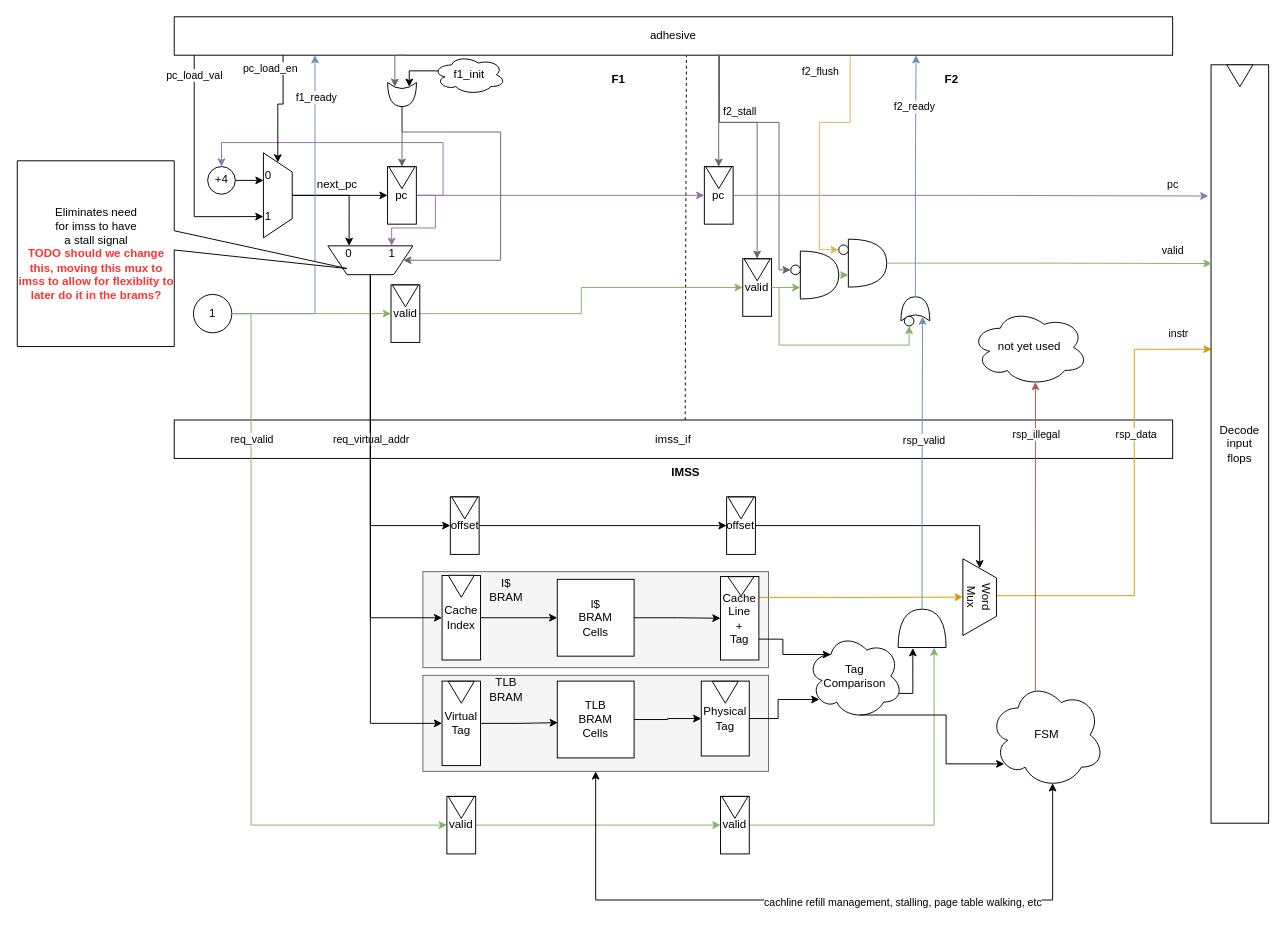
Above: page "first_design" (1 of 3) of diagrams/draw.io/instruction_fetching.drawio in angry-goose-initiative/wiki (draw.io), before the change. Source tidied: cells renumbered, new cells numbered last; positions are measured from the earlier drawing's top-left corner, leaving out a move shared by most shapes. Both pictures are drawn from the tidied source at 96%, with x=0, y=0 at pixel (16, 16).
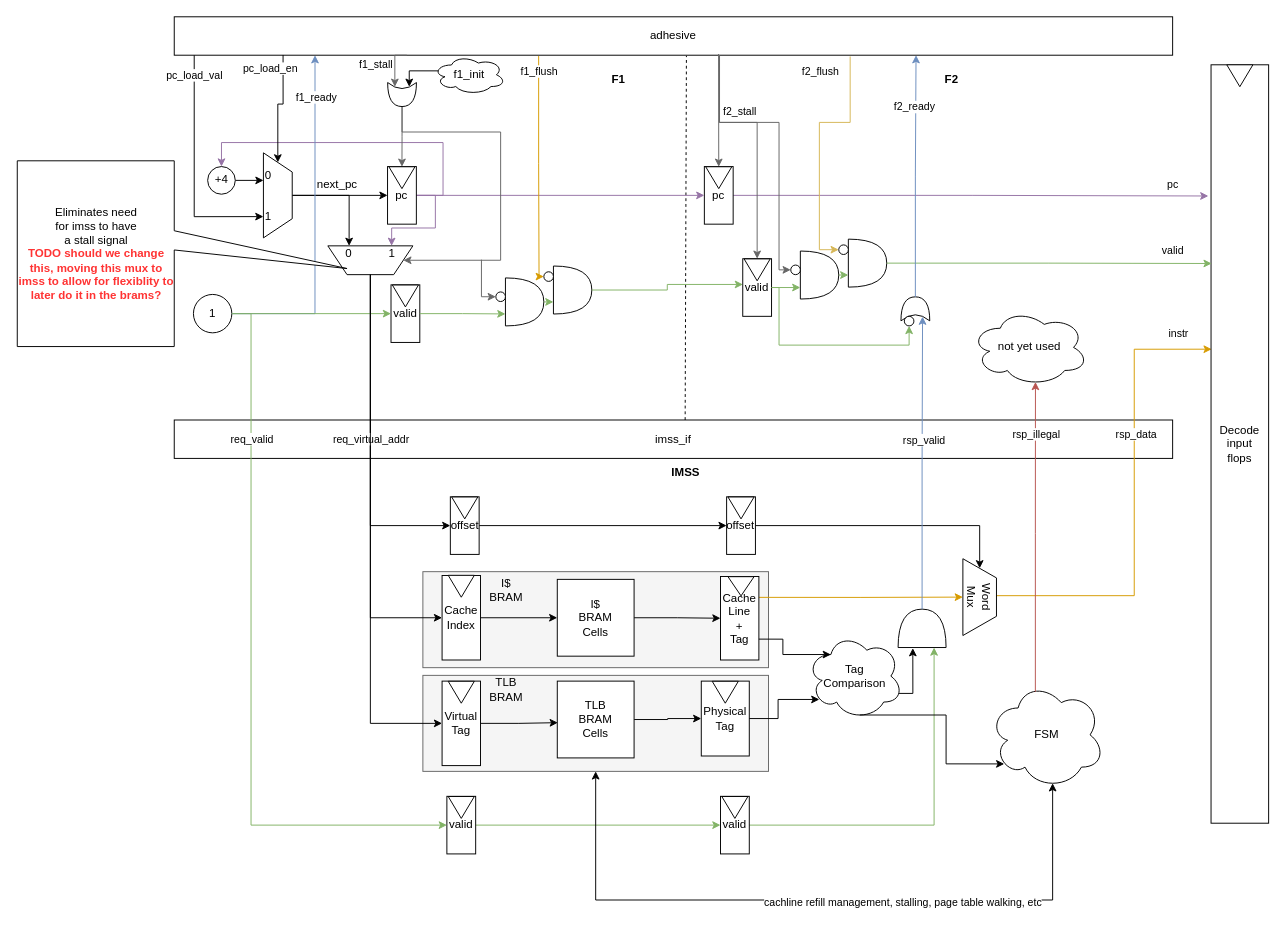
After the change.

Commit message:
More brainstorming fetch (hopefully we can reuse this for the DMSS too)

The change refers to these unchanged cells:
```xml
<mxCell id="15" value="valid" style="rounded=0;whiteSpace=wrap;html=1;" parent="1" vertex="1">
  <mxGeometry x="756.2" y="252" width="30" height="60" as="geometry" />
</mxCell>
<mxCell id="18" value="valid" style="rounded=0;whiteSpace=wrap;html=1;" parent="1" vertex="1">
  <mxGeometry x="389.8" y="279.2" width="30" height="60" as="geometry" />
</mxCell>
<mxCell id="70" value="adhesive" style="rounded=0;whiteSpace=wrap;html=1;" parent="1" vertex="1">
  <mxGeometry x="164" width="1040" height="40" as="geometry" />
</mxCell>
<mxCell id="95" style="edgeStyle=orthogonalEdgeStyle;rounded=0;jettySize=auto;html=1;exitX=0.233;exitY=1;exitDx=0;exitDy=0;exitPerimeter=0;entryX=0.175;entryY=0.75;entryDx=0;entryDy=0;entryPerimeter=0;fillColor=#f5f5f5;strokeColor=#666666;" parent="1" edge="1" source="70" target="94">
  <mxGeometry relative="1" as="geometry" />
</mxCell>
```

Change to the diagram source:
```diff
@@
-    <mxCell id="17" style="edgeStyle=orthogonalEdgeStyle;rounded=0;jettySize=auto;html=1;exitX=1;exitY=0.5;exitDx=0;exitDy=0;entryX=0;entryY=0.5;entryDx=0;entryDy=0;fillColor=#d5e8d4;strokeColor=#82b366;" parent="1" edge="1" source="18" target="15">
-      <mxGeometry relative="1" as="geometry" />
-    </mxCell>
@@
+    <mxCell id="124" value="f1_stall" style="edgeLabel;html=1;align=center;verticalAlign=middle;" parent="95" vertex="1">
+      <mxGeometry x="0.21" relative="1" as="geometry">
+        <mxPoint x="-20" y="-5" as="offset" />
+      </mxGeometry>
+    </mxCell>
@@
+    <mxCell id="125" style="shape=or;whiteSpace=wrap;html=1;rotation=0;" parent="1" vertex="1">
+      <mxGeometry x="509" y="272" width="40" height="50" as="geometry" />
+    </mxCell>
+    <mxCell id="126" style="edgeStyle=orthogonalEdgeStyle;rounded=0;jettySize=auto;html=1;exitX=0;exitY=0.5;exitDx=0;exitDy=0;entryX=0;entryY=0.5;entryDx=0;entryDy=0;fillColor=#f5f5f5;strokeColor=#666666;" parent="1" edge="1" target="127">
+      <mxGeometry relative="1" as="geometry">
+        <mxPoint x="484" y="253" as="sourcePoint" />
+        <Array as="points">
+          <mxPoint x="484" y="292" />
+        </Array>
+      </mxGeometry>
+    </mxCell>
+    <mxCell id="127" style="ellipse;whiteSpace=wrap;html=1;" parent="1" vertex="1">
+      <mxGeometry x="499" y="286.6" width="10" height="10" as="geometry" />
+    </mxCell>
+    <mxCell id="128" style="shape=or;whiteSpace=wrap;html=1;rotation=0;" parent="1" vertex="1">
+      <mxGeometry x="559" y="259.6" width="40" height="50" as="geometry" />
+    </mxCell>
+    <mxCell id="129" style="ellipse;whiteSpace=wrap;html=1;" parent="1" vertex="1">
+      <mxGeometry x="549" y="265.6" width="10" height="10" as="geometry" />
+    </mxCell>
+    <mxCell id="130" style="edgeStyle=orthogonalEdgeStyle;rounded=0;jettySize=auto;html=1;exitX=1;exitY=0.5;exitDx=0;exitDy=0;exitPerimeter=0;entryX=0;entryY=0.75;entryDx=0;entryDy=0;entryPerimeter=0;fillColor=#d5e8d4;strokeColor=#82b366;" parent="1" edge="1" source="125" target="128">
+      <mxGeometry relative="1" as="geometry" />
+    </mxCell>
+    <mxCell id="131" style="edgeStyle=orthogonalEdgeStyle;rounded=0;jettySize=auto;html=1;exitX=1;exitY=0.5;exitDx=0;exitDy=0;entryX=0;entryY=0.75;entryDx=0;entryDy=0;entryPerimeter=0;fillColor=#d5e8d4;strokeColor=#82b366;" parent="1" edge="1" source="18" target="125">
+      <mxGeometry relative="1" as="geometry" />
+    </mxCell>
+    <mxCell id="132" style="edgeStyle=orthogonalEdgeStyle;rounded=0;jettySize=auto;html=1;exitX=1;exitY=0.5;exitDx=0;exitDy=0;exitPerimeter=0;entryX=0.007;entryY=0.447;entryDx=0;entryDy=0;entryPerimeter=0;fillColor=#d5e8d4;strokeColor=#82b366;" parent="1" edge="1" source="128" target="15">
+      <mxGeometry relative="1" as="geometry" />
+    </mxCell>
+    <mxCell id="133" style="edgeStyle=orthogonalEdgeStyle;rounded=0;jettySize=auto;html=1;exitX=0.365;exitY=1.02;exitDx=0;exitDy=0;entryX=0;entryY=0.5;entryDx=0;entryDy=0;fillColor=#ffe6cc;strokeColor=#d79b00;exitPerimeter=0;" parent="1" edge="1" source="70" target="129">
+      <mxGeometry relative="1" as="geometry">
+        <Array as="points">
+          <mxPoint x="544" y="153" />
+          <mxPoint x="544" y="153" />
+          <mxPoint x="544" y="271" />
+        </Array>
+      </mxGeometry>
+    </mxCell>
+    <mxCell id="134" value="f1_flush" style="edgeLabel;html=1;align=center;verticalAlign=middle;" parent="133" vertex="1">
+      <mxGeometry x="-0.86" relative="1" as="geometry" />
+    </mxCell>
```
